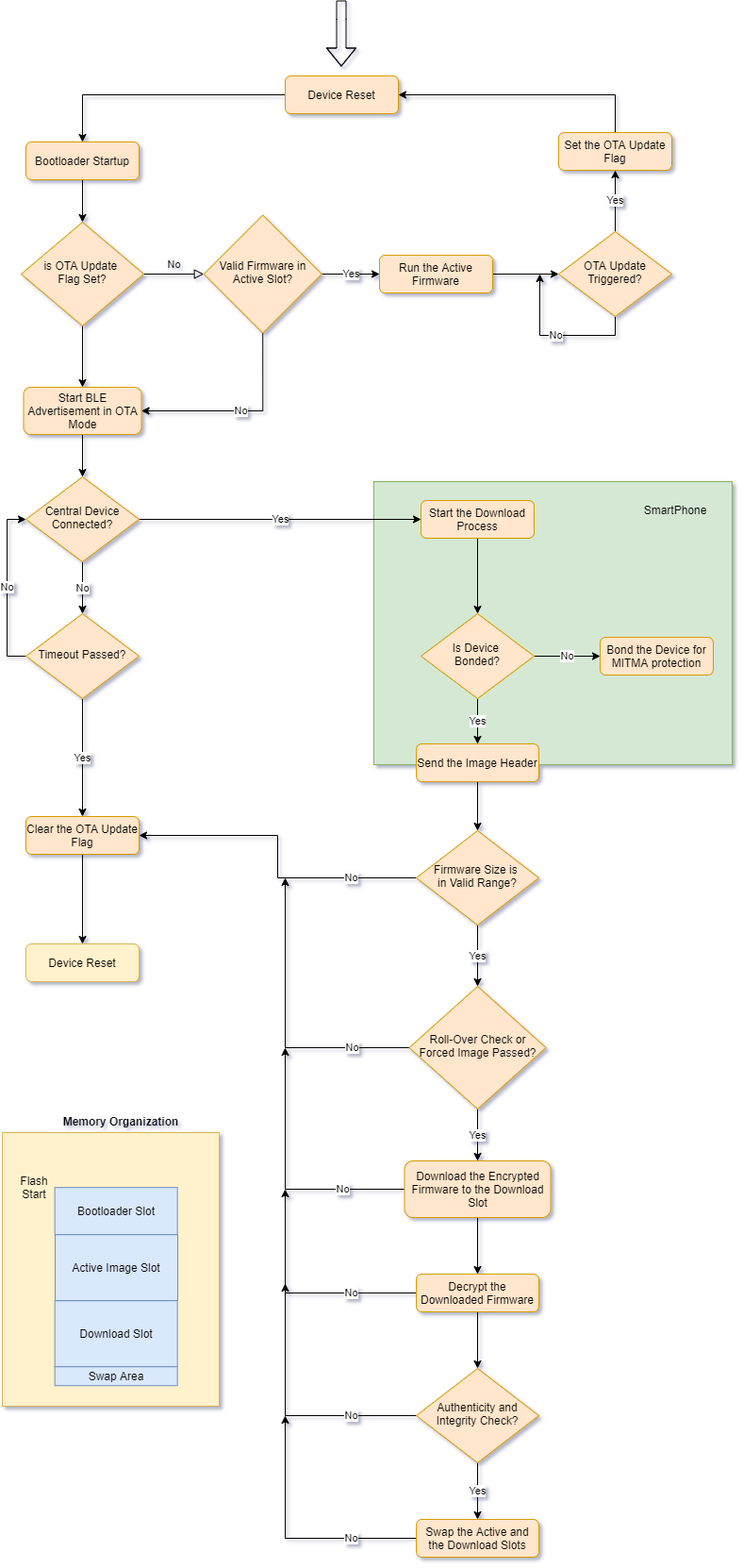
The draw.io diagram questions/.metadata/BLE-OTA-FlowChart.png in AABelkhiria/envio-assessment, before a commit. Source tidied: cells renumbered, new cells last; positions are measured from the earlier drawing's top-left corner, leaving out a move shared by most shapes.
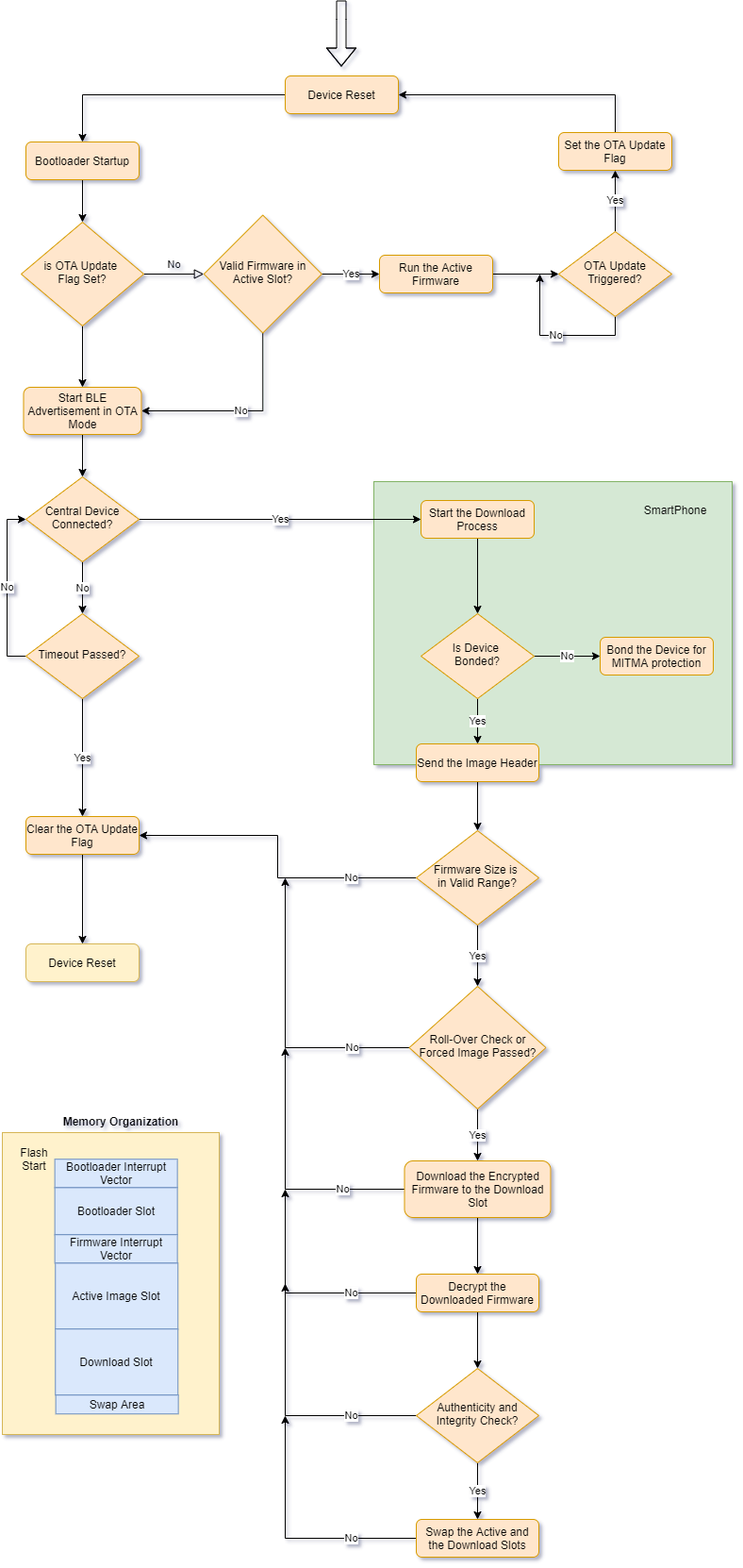
After the commit.

Commit message:
Added ISR Vectors to the Memory Layout.

What changed in the source:
```diff
@@ -190,29 +190,35 @@
     <mxCell id="57" value="Swap the Active and the Download Slots" style="rounded=1;whiteSpace=wrap;html=1;fontSize=12;glass=0;strokeWidth=1;shadow=0;fillColor=#ffe6cc;strokeColor=#d79b00;" parent="1" vertex="1">
       <mxGeometry x="439" y="1610" width="130" height="40" as="geometry" />
     </mxCell>
-    <mxCell id="58" style="group;" parent="1" vertex="1">
-      <mxGeometry y="1180" width="230" height="310" as="geometry" />
-    </mxCell>
+    <mxCell id="66" style="group;" parent="1" vertex="1">
+      <mxGeometry y="1175.9" width="230" height="344.1" as="geometry" />
+    </mxCell>
-    <mxCell id="59" style="rounded=0;whiteSpace=wrap;html=1;fillColor=#fff2cc;strokeColor=#d6b656;" parent="58" vertex="1">
-      <mxGeometry y="20" width="230" height="290" as="geometry" />
+    <mxCell id="59" style="rounded=0;whiteSpace=wrap;html=1;fillColor=#fff2cc;strokeColor=#d6b656;" parent="66" vertex="1">
+      <mxGeometry y="24.1" width="230" height="320" as="geometry" />
     </mxCell>
-    <mxCell id="60" value="Bootloader Slot" style="rounded=0;whiteSpace=wrap;html=1;fillColor=#dae8fc;strokeColor=#6c8ebf;" parent="58" vertex="1">
-      <mxGeometry x="55.6" y="78.2" width="130" height="50" as="geometry" />
+    <mxCell id="60" value="Bootloader Slot" style="rounded=0;whiteSpace=wrap;html=1;fillColor=#dae8fc;strokeColor=#6c8ebf;" parent="66" vertex="1">
+      <mxGeometry x="55.6" y="82.3" width="130" height="50" as="geometry" />
     </mxCell>
-    <mxCell id="61" value="Active Image Slot" style="rounded=0;whiteSpace=wrap;html=1;fillColor=#dae8fc;strokeColor=#6c8ebf;" parent="58" vertex="1">
-      <mxGeometry x="56" y="128.2" width="130" height="70" as="geometry" />
+    <mxCell id="61" value="Active Image Slot" style="rounded=0;whiteSpace=wrap;html=1;fillColor=#dae8fc;strokeColor=#6c8ebf;" parent="66" vertex="1">
+      <mxGeometry x="56.2" y="162.3" width="130" height="70" as="geometry" />
     </mxCell>
-    <mxCell id="62" value="Download Slot" style="rounded=0;whiteSpace=wrap;html=1;fillColor=#dae8fc;strokeColor=#6c8ebf;" parent="58" vertex="1">
-      <mxGeometry x="55.6" y="198.2" width="130" height="70" as="geometry" />
+    <mxCell id="62" value="Download Slot" style="rounded=0;whiteSpace=wrap;html=1;fillColor=#dae8fc;strokeColor=#6c8ebf;" parent="66" vertex="1">
+      <mxGeometry x="56.2" y="232.3" width="130" height="70" as="geometry" />
     </mxCell>
-    <mxCell id="63" value="Swap Area" style="rounded=0;whiteSpace=wrap;html=1;fillColor=#dae8fc;strokeColor=#6c8ebf;" parent="58" vertex="1">
-      <mxGeometry x="55.6" y="268.2" width="130" height="20" as="geometry" />
+    <mxCell id="63" value="Swap Area" style="rounded=0;whiteSpace=wrap;html=1;fillColor=#dae8fc;strokeColor=#6c8ebf;" parent="66" vertex="1">
+      <mxGeometry x="56.6" y="302.3" width="130" height="20" as="geometry" />
     </mxCell>
-    <mxCell id="64" value="Flash Start" style="text;html=1;strokeColor=none;fillColor=none;align=center;verticalAlign=middle;whiteSpace=wrap;rounded=0;" parent="58" vertex="1">
-      <mxGeometry x="6.5" y="60.2" width="56.1" height="36.1" as="geometry" />
+    <mxCell id="64" value="Flash Start" style="text;html=1;strokeColor=none;fillColor=none;align=center;verticalAlign=middle;whiteSpace=wrap;rounded=0;" parent="66" vertex="1">
+      <mxGeometry x="6.5" y="34.1" width="56.1" height="36.1" as="geometry" />
     </mxCell>
-    <mxCell id="65" value="Memory Organization" style="text;html=1;strokeColor=none;fillColor=none;align=center;verticalAlign=middle;whiteSpace=wrap;rounded=0;fontStyle=1;" parent="58" vertex="1">
-      <mxGeometry x="55.6" y="-4.1" width="139.7" height="24.1" as="geometry" />
+    <mxCell id="65" value="Memory Organization" style="text;html=1;strokeColor=none;fillColor=none;align=center;verticalAlign=middle;whiteSpace=wrap;rounded=0;fontStyle=1;" parent="66" vertex="1">
+      <mxGeometry x="55.6" width="139.7" height="24.1" as="geometry" />
     </mxCell>
+    <mxCell id="67" value="Bootloader Interrupt Vector" style="rounded=0;whiteSpace=wrap;html=1;fillColor=#dae8fc;strokeColor=#6c8ebf;" parent="66" vertex="1">
+      <mxGeometry x="55.6" y="52.3" width="130" height="30" as="geometry" />
+    </mxCell>
+    <mxCell id="68" value="Firmware Interrupt Vector" style="rounded=0;whiteSpace=wrap;html=1;fillColor=#dae8fc;strokeColor=#6c8ebf;" parent="66" vertex="1">
+      <mxGeometry x="55.6" y="132.3" width="130" height="30" as="geometry" />
+    </mxCell>
   </root>
 </mxGraphModel>
```
